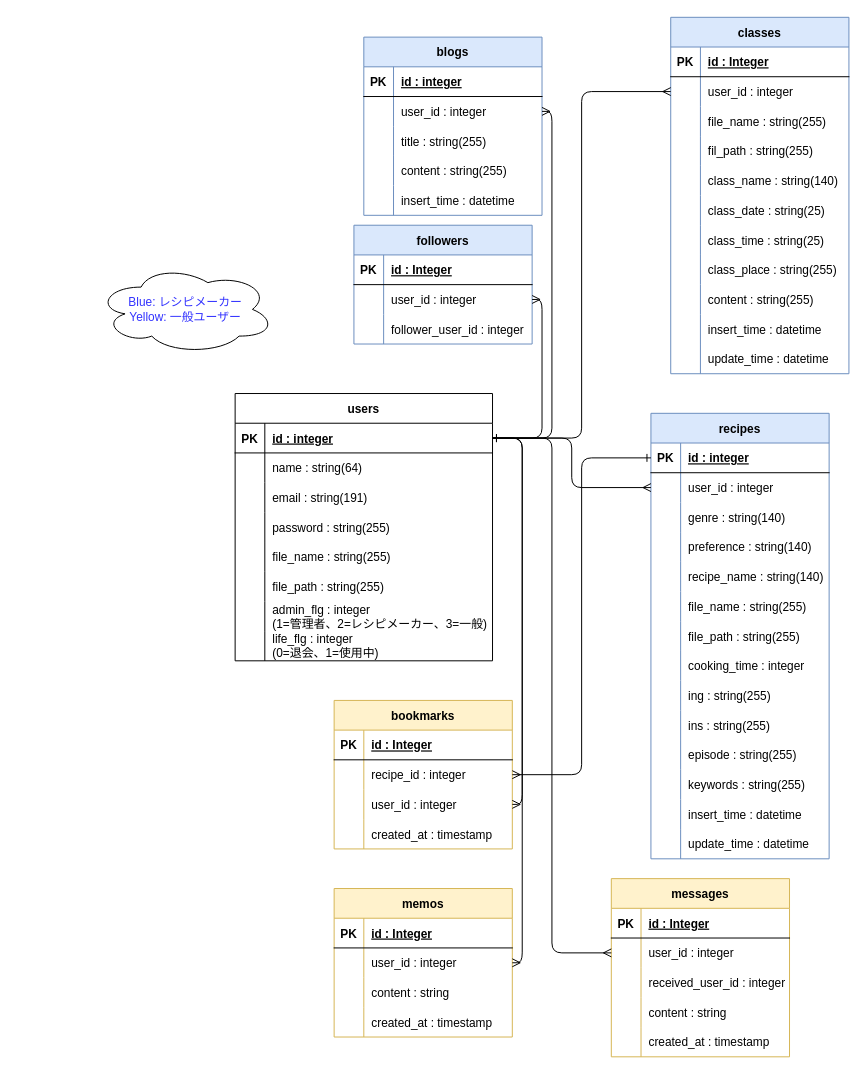
Above: kadai11.dio in lily-code77/kadai11_php (draw.io), before the change. Source tidied: cells renumbered, new cells numbered last; positions are measured from the earlier drawing's top-left corner, leaving out a move shared by most shapes. Both pictures are drawn from the tidied source at 99%, with x=0, y=0 at pixel (96, 17).
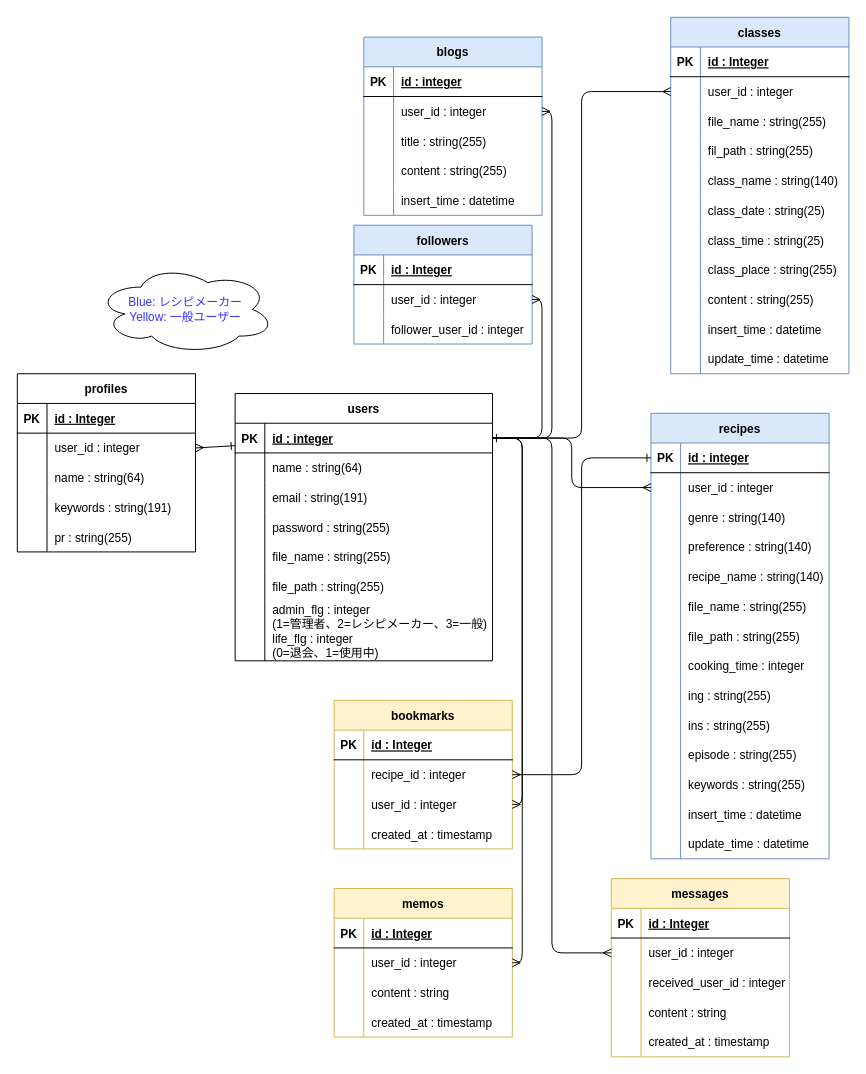
The same page after the edit.

Unchanged cells that the change refers to:
```xml
<mxCell id="3" style="shape=tableRow;horizontal=0;startSize=0;swimlaneHead=0;swimlaneBody=0;fillColor=none;points=[[0,0.5],[1,0.5]];portConstraint=eastwest;top=0;left=0;right=0;bottom=1;" parent="2" vertex="1">
  <mxGeometry y="30" width="260" height="30" as="geometry" />
</mxCell>
```

What changed in the source:
```diff
@@
+    <mxCell id="181" value="profiles" style="shape=table;startSize=30;childLayout=tableLayout;rowLines=0;fontStyle=1;align=center;" parent="1" vertex="1">
+      <mxGeometry x="-80" y="360" width="180" height="180" as="geometry" />
+    </mxCell>
+    <mxCell id="182" style="shape=tableRow;horizontal=0;startSize=0;swimlaneHead=0;swimlaneBody=0;fillColor=none;top=0;left=0;right=0;bottom=1;" parent="181" vertex="1">
+      <mxGeometry y="30" width="180" height="30" as="geometry" />
+    </mxCell>
+    <mxCell id="183" value="PK" style="shape=partialRectangle;fillColor=none;top=0;left=0;bottom=0;right=0;fontStyle=1;overflow=hidden;" parent="182" vertex="1">
+      <mxGeometry width="30" height="30" as="geometry" />
+    </mxCell>
+    <mxCell id="184" value="id : Integer" style="shape=partialRectangle;fillColor=none;top=0;left=0;bottom=0;right=0;align=left;spacingLeft=6;fontStyle=5;overflow=hidden;" parent="182" vertex="1">
+      <mxGeometry x="30" width="150" height="30" as="geometry" />
+    </mxCell>
+    <mxCell id="185" style="shape=tableRow;horizontal=0;startSize=0;swimlaneHead=0;swimlaneBody=0;fillColor=none;points=[[0,0.5],[1,0.5]];portConstraint=eastwest;top=0;left=0;right=0;bottom=0;" parent="181" vertex="1">
+      <mxGeometry y="60" width="180" height="30" as="geometry" />
+    </mxCell>
+    <mxCell id="186" style="shape=partialRectangle;fillColor=none;top=0;left=0;bottom=0;right=0;overflow=hidden;" parent="185" vertex="1">
+      <mxGeometry width="30" height="30" as="geometry" />
+    </mxCell>
+    <mxCell id="187" value="user_id : integer" style="shape=partialRectangle;fillColor=none;top=0;left=0;bottom=0;right=0;align=left;spacingLeft=6;overflow=hidden;" parent="185" vertex="1">
+      <mxGeometry x="30" width="150" height="30" as="geometry" />
+    </mxCell>
+    <mxCell id="188" style="shape=tableRow;horizontal=0;startSize=0;swimlaneHead=0;swimlaneBody=0;fillColor=none;top=0;left=0;right=0;bottom=0;" parent="181" vertex="1">
+      <mxGeometry y="90" width="180" height="30" as="geometry" />
+    </mxCell>
+    <mxCell id="189" style="shape=partialRectangle;fillColor=none;top=0;left=0;bottom=0;right=0;overflow=hidden;" parent="188" vertex="1">
+      <mxGeometry width="30" height="30" as="geometry" />
+    </mxCell>
+    <mxCell id="190" value="name : string(64)" style="shape=partialRectangle;fillColor=none;top=0;left=0;bottom=0;right=0;align=left;spacingLeft=6;overflow=hidden;" parent="188" vertex="1">
+      <mxGeometry x="30" width="150" height="30" as="geometry" />
+    </mxCell>
+    <mxCell id="191" style="shape=tableRow;horizontal=0;startSize=0;swimlaneHead=0;swimlaneBody=0;fillColor=none;top=0;left=0;right=0;bottom=0;" parent="181" vertex="1">
+      <mxGeometry y="120" width="180" height="30" as="geometry" />
+    </mxCell>
+    <mxCell id="192" style="shape=partialRectangle;fillColor=none;top=0;left=0;bottom=0;right=0;overflow=hidden;" parent="191" vertex="1">
+      <mxGeometry width="30" height="30" as="geometry" />
+    </mxCell>
+    <mxCell id="193" value="keywords : string(191)" style="shape=partialRectangle;fillColor=none;top=0;left=0;bottom=0;right=0;align=left;spacingLeft=6;overflow=hidden;" parent="191" vertex="1">
+      <mxGeometry x="30" width="150" height="30" as="geometry" />
+    </mxCell>
+    <mxCell id="194" style="shape=tableRow;horizontal=0;startSize=0;swimlaneHead=0;swimlaneBody=0;fillColor=none;top=0;left=0;right=0;bottom=0;" parent="181" vertex="1">
+      <mxGeometry y="150" width="180" height="30" as="geometry" />
+    </mxCell>
+    <mxCell id="195" style="shape=partialRectangle;fillColor=none;top=0;left=0;bottom=0;right=0;overflow=hidden;" parent="194" vertex="1">
+      <mxGeometry width="30" height="30" as="geometry" />
+    </mxCell>
+    <mxCell id="196" value="pr : string(255)" style="shape=partialRectangle;fillColor=none;top=0;left=0;bottom=0;right=0;align=left;spacingLeft=6;overflow=hidden;" parent="194" vertex="1">
+      <mxGeometry x="30" width="150" height="30" as="geometry" />
+    </mxCell>
+    <mxCell id="197" style="edgeStyle=none;html=1;entryX=1;entryY=0.5;entryDx=0;entryDy=0;startArrow=ERone;startFill=0;endArrow=ERmany;endFill=0;" parent="1" edge="1" source="3" target="185">
+      <mxGeometry relative="1" as="geometry" />
+    </mxCell>
```
